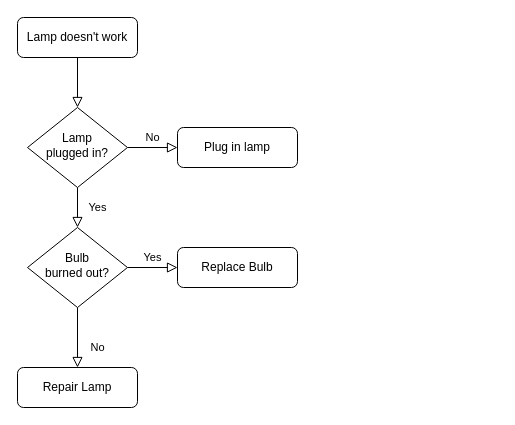
The draw.io diagram diagrams/公司.drawio in dengyulong/PublicStore, before the edit. Source tidied: cells renumbered, new cells numbered last; positions are measured from the earlier drawing's top-left corner, leaving out a move shared by most shapes. Both pictures are drawn from the tidied source at 100%, with x=0, y=0 at pixel (17, 17).
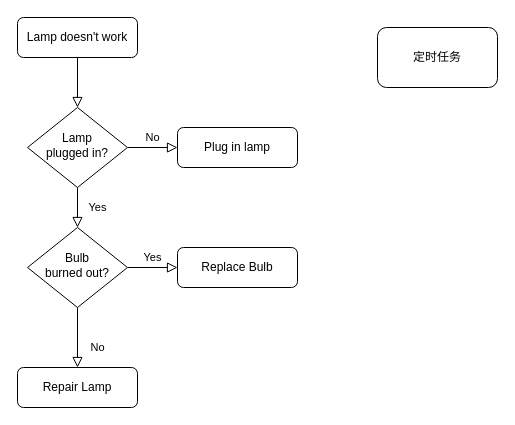
The same diagram, later.

The edit, as a diff of the source:
```diff
@@
 <mxGraphModel>
   <root>
     <mxCell id="0" />
     <mxCell id="1" parent="0" />
     <mxCell id="2" style="rounded=0;html=1;jettySize=auto;fontSize=11;endArrow=block;endFill=0;endSize=8;strokeWidth=1;shadow=0;labelBackgroundColor=none;edgeStyle=orthogonalEdgeStyle;" parent="1" edge="1" source="3" target="6">
       <mxGeometry relative="1" as="geometry" />
     </mxCell>
     <mxCell id="3" value="Lamp doesn't work" style="rounded=1;whiteSpace=wrap;html=1;fontSize=12;glass=0;strokeWidth=1;shadow=0;" parent="1" vertex="1">
       <mxGeometry width="120" height="40" as="geometry" />
     </mxCell>
     <mxCell id="4" value="Yes" style="rounded=0;html=1;jettySize=auto;fontSize=11;endArrow=block;endFill=0;endSize=8;strokeWidth=1;shadow=0;labelBackgroundColor=none;edgeStyle=orthogonalEdgeStyle;" parent="1" edge="1" source="6" target="10">
       <mxGeometry y="20" relative="1" as="geometry" />
     </mxCell>
     <mxCell id="5" value="No" style="edgeStyle=orthogonalEdgeStyle;rounded=0;html=1;jettySize=auto;fontSize=11;endArrow=block;endFill=0;endSize=8;strokeWidth=1;shadow=0;labelBackgroundColor=none;" parent="1" edge="1" source="6" target="7">
       <mxGeometry y="10" relative="1" as="geometry" />
     </mxCell>
     <mxCell id="6" value="Lamp&lt;br&gt;plugged in?" style="rhombus;whiteSpace=wrap;html=1;shadow=0;fontFamily=Helvetica;fontSize=12;align=center;strokeWidth=1;spacing=6;spacingTop=-4;" parent="1" vertex="1">
       <mxGeometry x="10" y="90" width="100" height="80" as="geometry" />
     </mxCell>
     <mxCell id="7" value="Plug in lamp" style="rounded=1;whiteSpace=wrap;html=1;fontSize=12;glass=0;strokeWidth=1;shadow=0;" parent="1" vertex="1">
       <mxGeometry x="160" y="110" width="120" height="40" as="geometry" />
     </mxCell>
     <mxCell id="8" value="No" style="rounded=0;html=1;jettySize=auto;fontSize=11;endArrow=block;endFill=0;endSize=8;strokeWidth=1;shadow=0;labelBackgroundColor=none;edgeStyle=orthogonalEdgeStyle;" parent="1" edge="1" source="10" target="11">
       <mxGeometry x="0.33" y="20" relative="1" as="geometry" />
     </mxCell>
     <mxCell id="9" value="Yes" style="edgeStyle=orthogonalEdgeStyle;rounded=0;html=1;jettySize=auto;fontSize=11;endArrow=block;endFill=0;endSize=8;strokeWidth=1;shadow=0;labelBackgroundColor=none;" parent="1" edge="1" source="10" target="12">
       <mxGeometry y="10" relative="1" as="geometry" />
     </mxCell>
     <mxCell id="10" value="Bulb&lt;br&gt;burned out?" style="rhombus;whiteSpace=wrap;html=1;shadow=0;fontFamily=Helvetica;fontSize=12;align=center;strokeWidth=1;spacing=6;spacingTop=-4;" parent="1" vertex="1">
       <mxGeometry x="10" y="210" width="100" height="80" as="geometry" />
     </mxCell>
     <mxCell id="11" value="Repair Lamp" style="rounded=1;whiteSpace=wrap;html=1;fontSize=12;glass=0;strokeWidth=1;shadow=0;" parent="1" vertex="1">
       <mxGeometry y="350" width="120" height="40" as="geometry" />
     </mxCell>
     <mxCell id="12" value="Replace Bulb" style="rounded=1;whiteSpace=wrap;html=1;fontSize=12;glass=0;strokeWidth=1;shadow=0;" parent="1" vertex="1">
       <mxGeometry x="160" y="230" width="120" height="40" as="geometry" />
     </mxCell>
+    <mxCell id="13" value="定时任务" style="rounded=1;whiteSpace=wrap;html=1;" parent="1" vertex="1">
+      <mxGeometry x="360" y="10" width="120" height="60" as="geometry" />
+    </mxCell>
   </root>
 </mxGraphModel>
```
